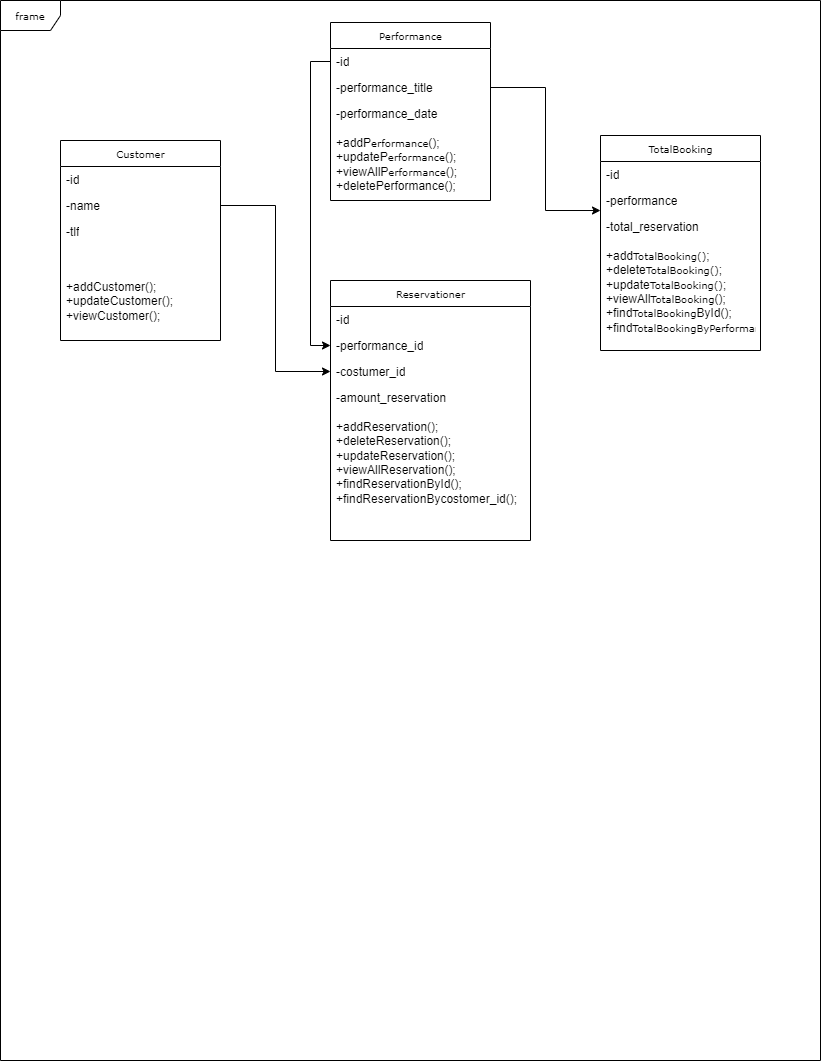
Before: UML_DIAGRAM.png, a diagram exported from draw.io (Mahnaz-karimi/Reserveration). Source tidied: cells renumbered, new cells last; positions are measured from the earlier drawing's top-left corner, leaving out a move shared by most shapes.
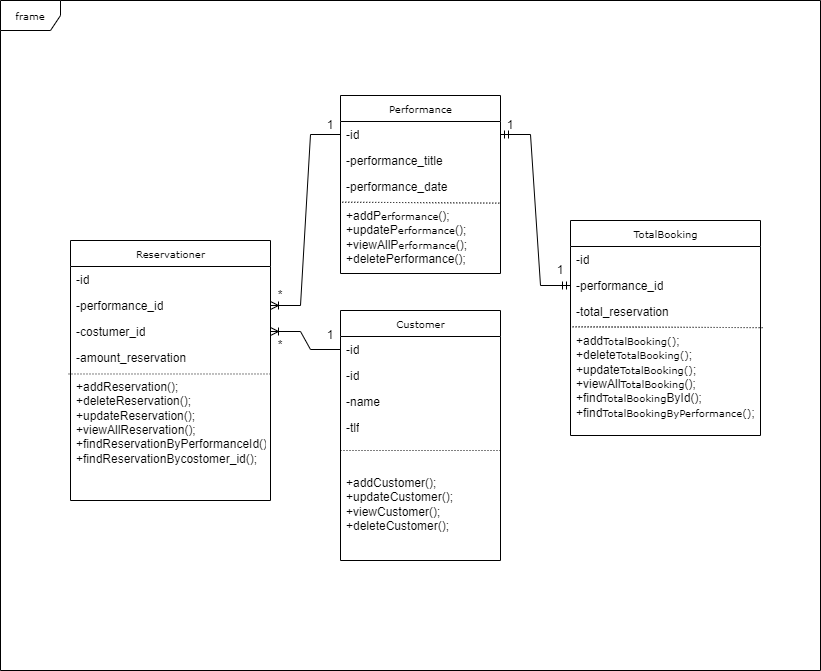
After the commit.

What changed in the source:
```diff
@@ -3,10 +3,10 @@
     <mxCell id="0" />
     <mxCell id="1" parent="0" />
     <mxCell id="2" value="frame" style="shape=umlFrame;whiteSpace=wrap;html=1;rounded=0;shadow=0;comic=0;labelBackgroundColor=none;strokeWidth=1;fontFamily=Verdana;fontSize=10;align=center;" parent="1" vertex="1">
-      <mxGeometry width="820" height="1060" as="geometry" />
+      <mxGeometry x="60" y="-10" width="820" height="670" as="geometry" />
     </mxCell>
     <mxCell id="3" value="Reservationer" style="swimlane;html=1;fontStyle=0;horizontal=1;startSize=26;fillColor=none;swimlaneFillColor=#ffffff;rounded=0;shadow=0;comic=0;labelBackgroundColor=none;strokeWidth=1;fontFamily=Verdana;fontSize=10;align=center;" parent="1" vertex="1">
-      <mxGeometry x="330" y="280" width="200" height="260" as="geometry" />
+      <mxGeometry x="130" y="230" width="200" height="260" as="geometry" />
     </mxCell>
     <mxCell id="4" value="-id" style="text;html=1;strokeColor=none;fillColor=none;align=left;verticalAlign=top;spacingLeft=4;spacingRight=4;whiteSpace=wrap;overflow=hidden;" parent="3" vertex="1">
       <mxGeometry y="26" width="200" height="26" as="geometry" />
@@ -17,11 +17,14 @@
     <mxCell id="6" value="-costumer_id" style="text;html=1;strokeColor=none;fillColor=none;align=left;verticalAlign=top;spacingLeft=4;spacingRight=4;whiteSpace=wrap;overflow=hidden;points=[[0,0.5],[1,0.5]];portConstraint=eastwest;" parent="3" vertex="1">
       <mxGeometry y="78" width="200" height="26" as="geometry" />
     </mxCell>
-    <mxCell id="7" value="-amount_reservation&lt;br&gt;&lt;br&gt;+addReservation();&lt;br&gt;+deleteReservation();&lt;br&gt;+updateReservation();&lt;br&gt;+viewAllReservation();&lt;br&gt;+findReservationById();&lt;br&gt;+findReservationBycostomer_id();&lt;br&gt;" style="text;html=1;strokeColor=none;fillColor=none;align=left;verticalAlign=top;spacingLeft=4;spacingRight=4;whiteSpace=wrap;overflow=hidden;points=[[0,0.5],[1,0.5]];portConstraint=eastwest;" parent="3" vertex="1">
+    <mxCell id="7" value="-amount_reservation&lt;br&gt;&lt;br&gt;+addReservation();&lt;br&gt;+deleteReservation();&lt;br&gt;+updateReservation();&lt;br&gt;+viewAllReservation();&lt;br&gt;+findReservationByPerformanceId();&lt;br&gt;+findReservationBycostomer_id();" style="text;html=1;strokeColor=none;fillColor=none;align=left;verticalAlign=top;spacingLeft=4;spacingRight=4;whiteSpace=wrap;overflow=hidden;points=[[0,0.5],[1,0.5]];portConstraint=eastwest;" parent="3" vertex="1">
       <mxGeometry y="104" width="200" height="156" as="geometry" />
     </mxCell>
+    <mxCell id="24" style="endArrow=none;html=1;rounded=0;dashed=1;dashPattern=1 2;exitX=-0.01;exitY=0.189;exitDx=0;exitDy=0;exitPerimeter=0;entryX=1.004;entryY=0.189;entryDx=0;entryDy=0;entryPerimeter=0;" parent="3" edge="1" source="7" target="7">
+      <mxGeometry relative="1" as="geometry" />
+    </mxCell>
     <mxCell id="8" value="Performance" style="swimlane;html=1;fontStyle=0;horizontal=1;startSize=26;fillColor=none;swimlaneFillColor=#ffffff;rounded=0;shadow=0;comic=0;labelBackgroundColor=none;strokeWidth=1;fontFamily=Verdana;fontSize=10;align=center;" parent="1" vertex="1">
-      <mxGeometry x="330" y="22" width="160" height="178" as="geometry" />
+      <mxGeometry x="400" y="85" width="160" height="178" as="geometry" />
     </mxCell>
     <mxCell id="9" value="-id" style="text;html=1;strokeColor=none;fillColor=none;align=left;verticalAlign=top;spacingLeft=4;spacingRight=4;whiteSpace=wrap;overflow=hidden;points=[[0,0.5],[1,0.5]];portConstraint=eastwest;" parent="8" vertex="1">
       <mxGeometry y="26" width="160" height="26" as="geometry" />
@@ -32,41 +35,74 @@
     <mxCell id="11" value="-performance_date&lt;br&gt;&lt;br&gt;+addP&lt;span style=&quot;font-family: Verdana; font-size: 10px; text-align: center;&quot;&gt;erformance&lt;/span&gt;();&lt;br&gt;+updateP&lt;span style=&quot;font-family: Verdana; font-size: 10px; text-align: center;&quot;&gt;erformance&lt;/span&gt;();&lt;br&gt;+viewAllP&lt;span style=&quot;font-family: Verdana; font-size: 10px; text-align: center;&quot;&gt;erformance&lt;/span&gt;();&lt;br&gt;+deletePerformance();" style="text;html=1;strokeColor=none;fillColor=none;align=left;verticalAlign=top;spacingLeft=4;spacingRight=4;whiteSpace=wrap;overflow=hidden;points=[[0,0.5],[1,0.5]];portConstraint=eastwest;" parent="8" vertex="1">
       <mxGeometry y="78" width="160" height="92" as="geometry" />
     </mxCell>
+    <mxCell id="25" style="endArrow=none;html=1;rounded=0;dashed=1;dashPattern=1 2;entryX=0.999;entryY=0.322;entryDx=0;entryDy=0;entryPerimeter=0;exitX=0.011;exitY=0.312;exitDx=0;exitDy=0;exitPerimeter=0;" parent="8" edge="1" source="11" target="11">
+      <mxGeometry relative="1" as="geometry" />
+    </mxCell>
     <mxCell id="12" value="TotalBooking" style="swimlane;html=1;fontStyle=0;horizontal=1;startSize=26;fillColor=none;swimlaneFillColor=#ffffff;rounded=0;shadow=0;comic=0;labelBackgroundColor=none;strokeWidth=1;fontFamily=Verdana;fontSize=10;align=center;" parent="1" vertex="1">
-      <mxGeometry x="600" y="135" width="160" height="215" as="geometry" />
+      <mxGeometry x="630" y="210" width="190" height="215" as="geometry" />
     </mxCell>
     <mxCell id="13" value="-id" style="text;html=1;strokeColor=none;fillColor=none;align=left;verticalAlign=top;spacingLeft=4;spacingRight=4;whiteSpace=wrap;overflow=hidden;" parent="12" vertex="1">
-      <mxGeometry y="26" width="160" height="26" as="geometry" />
+      <mxGeometry y="26" width="190" height="26" as="geometry" />
     </mxCell>
-    <mxCell id="14" value="-performance" style="text;html=1;strokeColor=none;fillColor=none;align=left;verticalAlign=top;spacingLeft=4;spacingRight=4;whiteSpace=wrap;overflow=hidden;points=[[0,0.5],[1,0.5]];portConstraint=eastwest;" parent="12" vertex="1">
-      <mxGeometry y="52" width="160" height="26" as="geometry" />
+    <mxCell id="14" value="-performance_id" style="text;html=1;strokeColor=none;fillColor=none;align=left;verticalAlign=top;spacingLeft=4;spacingRight=4;whiteSpace=wrap;overflow=hidden;points=[[0,0.5],[1,0.5]];portConstraint=eastwest;" parent="12" vertex="1">
+      <mxGeometry y="52" width="190" height="26" as="geometry" />
     </mxCell>
     <mxCell id="15" value="-total_reservation&lt;br&gt;&lt;br&gt;+add&lt;span style=&quot;font-family: Verdana; font-size: 10px; text-align: center;&quot;&gt;TotalBooking()&lt;/span&gt;;&lt;br&gt;+delete&lt;span style=&quot;font-family: Verdana; font-size: 10px; text-align: center;&quot;&gt;TotalBooking()&lt;/span&gt;;&lt;br&gt;+update&lt;span style=&quot;font-family: Verdana; font-size: 10px; text-align: center;&quot;&gt;TotalBooking()&lt;/span&gt;;&lt;br&gt;+viewAll&lt;span style=&quot;font-family: Verdana; font-size: 10px; text-align: center;&quot;&gt;TotalBooking&lt;/span&gt;();&lt;br&gt;+find&lt;span style=&quot;font-family: Verdana; font-size: 10px; text-align: center;&quot;&gt;TotalBooking&lt;/span&gt;ById();&lt;br&gt;+find&lt;span style=&quot;font-family: Verdana; font-size: 10px; text-align: center;&quot;&gt;TotalBookingByPerformance()&lt;/span&gt;;" style="text;html=1;strokeColor=none;fillColor=none;align=left;verticalAlign=top;spacingLeft=4;spacingRight=4;whiteSpace=wrap;overflow=hidden;points=[[0,0.5],[1,0.5]];portConstraint=eastwest;" parent="12" vertex="1">
-      <mxGeometry y="78" width="160" height="120" as="geometry" />
+      <mxGeometry y="78" width="190" height="120" as="geometry" />
     </mxCell>
+    <mxCell id="26" style="endArrow=none;html=1;rounded=0;dashed=1;dashPattern=1 2;entryX=1.017;entryY=0.243;entryDx=0;entryDy=0;entryPerimeter=0;exitX=0.011;exitY=0.236;exitDx=0;exitDy=0;exitPerimeter=0;" parent="12" edge="1" source="15" target="15">
+      <mxGeometry relative="1" as="geometry" />
+    </mxCell>
     <mxCell id="16" value="Customer" style="swimlane;html=1;fontStyle=0;horizontal=1;startSize=26;fillColor=none;swimlaneFillColor=#ffffff;rounded=0;shadow=0;comic=0;labelBackgroundColor=none;strokeWidth=1;fontFamily=Verdana;fontSize=10;align=center;" parent="1" vertex="1">
-      <mxGeometry x="60" y="140" width="160" height="200" as="geometry" />
+      <mxGeometry x="400" y="300" width="160" height="250" as="geometry" />
     </mxCell>
     <mxCell id="17" value="-id" style="text;html=1;strokeColor=none;fillColor=none;align=left;verticalAlign=top;spacingLeft=4;spacingRight=4;whiteSpace=wrap;overflow=hidden;points=[[0,0.5],[1,0.5]];portConstraint=eastwest;" parent="16" vertex="1">
       <mxGeometry y="26" width="160" height="26" as="geometry" />
     </mxCell>
+    <mxCell id="27" value="-id" style="text;html=1;strokeColor=none;fillColor=none;align=left;verticalAlign=top;spacingLeft=4;spacingRight=4;whiteSpace=wrap;overflow=hidden;" parent="16" vertex="1">
+      <mxGeometry y="52" width="160" height="26" as="geometry" />
+    </mxCell>
     <mxCell id="18" value="-name" style="text;html=1;strokeColor=none;fillColor=none;align=left;verticalAlign=top;spacingLeft=4;spacingRight=4;whiteSpace=wrap;overflow=hidden;points=[[0,0.5],[1,0.5]];portConstraint=eastwest;" parent="16" vertex="1">
-      <mxGeometry y="52" width="160" height="26" as="geometry" />
+      <mxGeometry y="78" width="160" height="26" as="geometry" />
     </mxCell>
     <mxCell id="19" value="-tlf" style="text;html=1;strokeColor=none;fillColor=none;align=left;verticalAlign=top;spacingLeft=4;spacingRight=4;whiteSpace=wrap;overflow=hidden;" parent="16" vertex="1">
-      <mxGeometry y="78" width="160" height="26" as="geometry" />
+      <mxGeometry y="104" width="160" height="26" as="geometry" />
     </mxCell>
+    <mxCell id="28" style="endArrow=none;html=1;rounded=0;dashed=1;dashPattern=1 2;" parent="16" edge="1">
+      <mxGeometry relative="1" as="geometry">
+        <mxPoint y="140" as="sourcePoint" />
+        <mxPoint x="160" y="140" as="targetPoint" />
+      </mxGeometry>
+    </mxCell>
-    <mxCell id="20" value="&lt;br&gt;&lt;br&gt;+addCustomer();&lt;br&gt;+updateCustomer();&lt;br&gt;+viewCustomer();" style="text;html=1;strokeColor=none;fillColor=none;align=left;verticalAlign=top;spacingLeft=4;spacingRight=4;whiteSpace=wrap;overflow=hidden;" parent="16" vertex="1">
-      <mxGeometry y="104" width="160" height="96" as="geometry" />
+    <mxCell id="20" value="&lt;br&gt;&lt;br&gt;+addCustomer();&lt;br&gt;+updateCustomer();&lt;br&gt;+viewCustomer();&lt;br&gt;+deleteCustomer();" style="text;html=1;strokeColor=none;fillColor=none;align=left;verticalAlign=top;spacingLeft=4;spacingRight=4;whiteSpace=wrap;overflow=hidden;" parent="16" vertex="1">
+      <mxGeometry y="130" width="160" height="120" as="geometry" />
     </mxCell>
-    <mxCell id="21" style="edgeStyle=orthogonalEdgeStyle;rounded=0;jettySize=auto;html=1;entryX=0;entryY=0.5;entryDx=0;entryDy=0;" parent="1" edge="1" source="18" target="6">
-      <mxGeometry relative="1" as="geometry" />
-    </mxCell>
+    <mxCell id="29" style="edgeStyle=entityRelationEdgeStyle;fontSize=12;html=1;endArrow=ERmandOne;startArrow=ERmandOne;rounded=0;entryX=1;entryY=0.5;entryDx=0;entryDy=0;exitX=0;exitY=0.5;exitDx=0;exitDy=0;" parent="1" edge="1" source="14" target="9">
+      <mxGeometry relative="1" as="geometry" />
+    </mxCell>
-    <mxCell id="22" style="edgeStyle=orthogonalEdgeStyle;rounded=0;jettySize=auto;html=1;exitX=0;exitY=0.5;exitDx=0;exitDy=0;entryX=0;entryY=0.5;entryDx=0;entryDy=0;" parent="1" edge="1" source="9" target="5">
+    <mxCell id="22" style="edgeStyle=entityRelationEdgeStyle;fontSize=12;html=1;endArrow=ERoneToMany;rounded=0;exitX=0;exitY=0.5;exitDx=0;exitDy=0;entryX=1;entryY=0.5;entryDx=0;entryDy=0;" parent="1" edge="1" source="9" target="5">
       <mxGeometry relative="1" as="geometry" />
     </mxCell>
-    <mxCell id="23" style="edgeStyle=orthogonalEdgeStyle;rounded=0;jettySize=auto;html=1;exitX=1;exitY=0.5;exitDx=0;exitDy=0;entryX=0;entryY=0.885;entryDx=0;entryDy=0;entryPerimeter=0;" parent="1" edge="1" source="10" target="14">
-      <mxGeometry relative="1" as="geometry" />
-    </mxCell>
+    <mxCell id="30" style="edgeStyle=entityRelationEdgeStyle;fontSize=12;html=1;endArrow=ERoneToMany;rounded=0;exitX=0;exitY=0.5;exitDx=0;exitDy=0;entryX=1;entryY=0.5;entryDx=0;entryDy=0;" parent="1" edge="1" source="17" target="6">
+      <mxGeometry relative="1" as="geometry" />
+    </mxCell>
+    <mxCell id="31" value="1" style="text;html=1;strokeColor=none;fillColor=none;align=center;verticalAlign=middle;whiteSpace=wrap;rounded=0;" parent="1" vertex="1">
+      <mxGeometry x="360" y="100" width="60" height="30" as="geometry" />
+    </mxCell>
+    <mxCell id="32" value="1" style="text;html=1;strokeColor=none;fillColor=none;align=center;verticalAlign=middle;whiteSpace=wrap;rounded=0;" parent="1" vertex="1">
+      <mxGeometry x="550" y="100" width="40" height="30" as="geometry" />
+    </mxCell>
+    <mxCell id="33" value="1" style="text;html=1;strokeColor=none;fillColor=none;align=center;verticalAlign=middle;whiteSpace=wrap;rounded=0;" parent="1" vertex="1">
+      <mxGeometry x="610" y="250" width="20" height="20" as="geometry" />
+    </mxCell>
+    <mxCell id="34" value="1" style="text;html=1;strokeColor=none;fillColor=none;align=center;verticalAlign=middle;whiteSpace=wrap;rounded=0;" parent="1" vertex="1">
+      <mxGeometry x="370" y="310" width="40" height="30" as="geometry" />
+    </mxCell>
+    <mxCell id="35" value="*&lt;span style=&quot;color: rgba(0, 0, 0, 0); font-family: monospace; font-size: 0px; text-align: start;&quot;&gt;%3CmxGraphModel%3E%3Croot%3E%3CmxCell%20id%3D%220%22%2F%3E%3CmxCell%20id%3D%221%22%20parent%3D%220%22%2F%3E%3CmxCell%20id%3D%222%22%20value%3D%221%22%20style%3D%22text%3Bhtml%3D1%3BstrokeColor%3Dnone%3BfillColor%3Dnone%3Balign%3Dcenter%3BverticalAlign%3Dmiddle%3BwhiteSpace%3Dwrap%3Brounded%3D0%3B%22%20vertex%3D%221%22%20parent%3D%221%22%3E%3CmxGeometry%20x%3D%22570%22%20y%3D%22120%22%20width%3D%2240%22%20height%3D%2230%22%20as%3D%22geometry%22%2F%3E%3C%2FmxCell%3E%3C%2Froot%3E%3C%2FmxGraphModel%3E&lt;/span&gt;" style="text;html=1;strokeColor=none;fillColor=none;align=center;verticalAlign=middle;whiteSpace=wrap;rounded=0;" parent="1" vertex="1">
+      <mxGeometry x="310" y="320" width="60" height="30" as="geometry" />
+    </mxCell>
+    <mxCell id="36" value="*&lt;span style=&quot;color: rgba(0, 0, 0, 0); font-family: monospace; font-size: 0px; text-align: start;&quot;&gt;%3CmxGraphModel%3E%3Croot%3E%3CmxCell%20id%3D%220%22%2F%3E%3CmxCell%20id%3D%221%22%20parent%3D%220%22%2F%3E%3CmxCell%20id%3D%222%22%20value%3D%221%22%20style%3D%22text%3Bhtml%3D1%3BstrokeColor%3Dnone%3BfillColor%3Dnone%3Balign%3Dcenter%3BverticalAlign%3Dmiddle%3BwhiteSpace%3Dwrap%3Brounded%3D0%3B%22%20vertex%3D%221%22%20parent%3D%221%22%3E%3CmxGeometry%20x%3D%22570%22%20y%3D%22120%22%20width%3D%2240%22%20height%3D%2230%22%20as%3D%22geometry%22%2F%3E%3C%2FmxCell%3E%3C%2Froot%3E%3C%2FmxGraphModel%3E&lt;/span&gt;" style="text;html=1;strokeColor=none;fillColor=none;align=center;verticalAlign=middle;whiteSpace=wrap;rounded=0;" parent="1" vertex="1">
+      <mxGeometry x="310" y="270" width="60" height="30" as="geometry" />
+    </mxCell>
   </root>
 </mxGraphModel>
```
